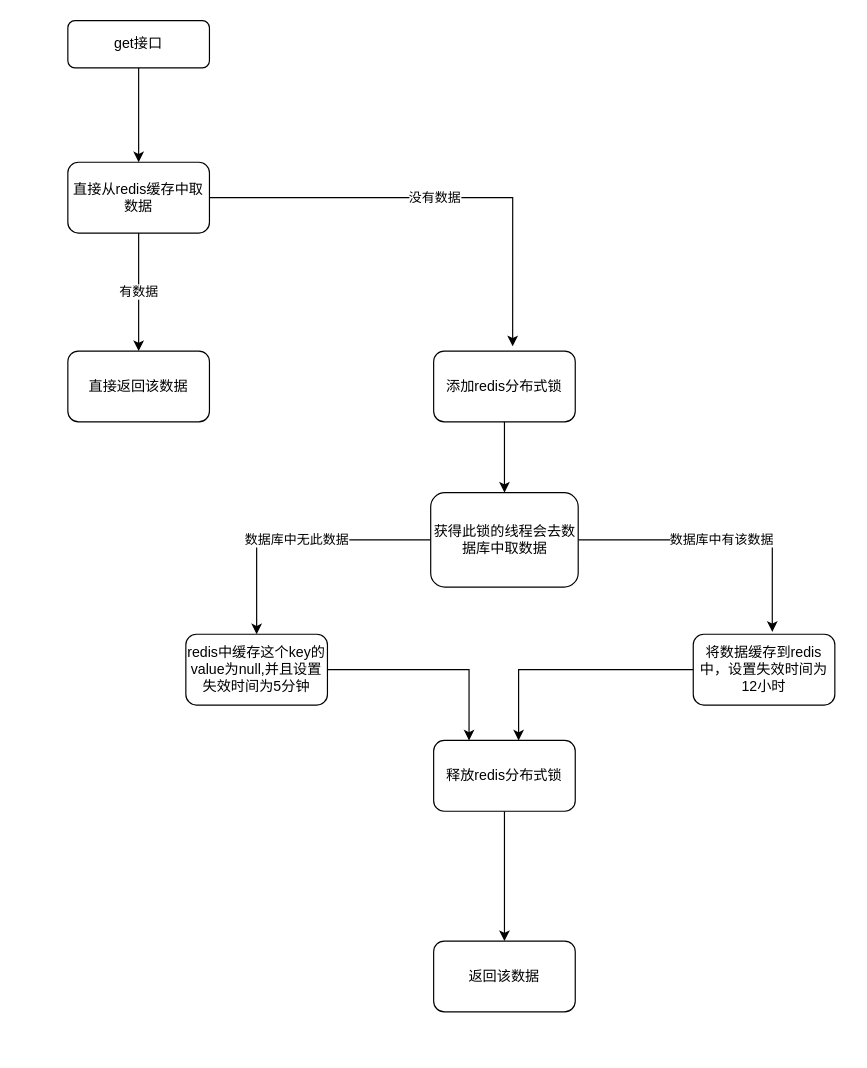
The draw.io diagram get接口.drawio in 1363797161/fang, before the edit. Source tidied: cells renumbered, new cells numbered last; positions are measured from the earlier drawing's top-left corner, leaving out a move shared by most shapes. Both pictures are drawn from the tidied source at 118%, with x=0, y=0 at pixel (67, 20).
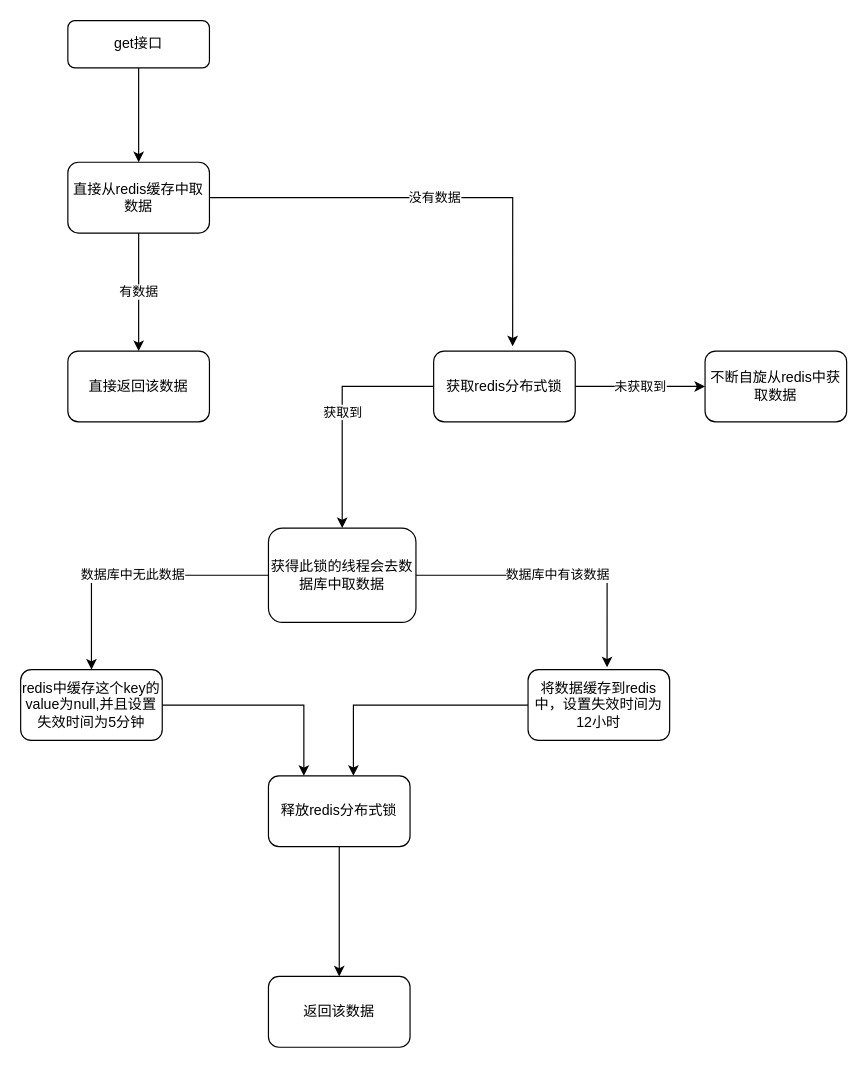
After the change.

Change to the diagram source:
```diff
@@
-    <mxCell id="7" style="edgeStyle=orthogonalEdgeStyle;rounded=0;jettySize=auto;html=1;" parent="1" edge="1" source="8" target="12">
+    <mxCell id="7" value="获取到" style="edgeStyle=orthogonalEdgeStyle;rounded=0;jettySize=auto;html=1;" parent="1" edge="1" source="8" target="12">
       <mxGeometry relative="1" as="geometry" />
     </mxCell>
+    <mxCell id="20" value="未获取到" style="edgeStyle=orthogonalEdgeStyle;rounded=0;jettySize=auto;html=1;exitX=1;exitY=0.5;exitDx=0;exitDy=0;entryX=0;entryY=0.5;entryDx=0;entryDy=0;" parent="1" edge="1" source="8" target="21">
+      <mxGeometry relative="1" as="geometry" />
+    </mxCell>
-    <mxCell id="8" value="添加redis分布式锁" style="rounded=1;whiteSpace=wrap;html=1;" parent="1" vertex="1">
+    <mxCell id="8" value="获取redis分布式锁" style="rounded=1;whiteSpace=wrap;html=1;" parent="1" vertex="1">
       <mxGeometry x="310" y="280" width="120" height="60" as="geometry" />
     </mxCell>
@@
     <mxCell id="12" value="&lt;span&gt;获得此锁的线程会去数据库中取数据&lt;/span&gt;" style="rounded=1;whiteSpace=wrap;html=1;" parent="1" vertex="1">
-      <mxGeometry x="307.5" y="400" width="125" height="80" as="geometry" />
+      <mxGeometry x="170" y="430" width="125" height="80" as="geometry" />
     </mxCell>
@@
     <mxCell id="14" value="释放redis分布式锁" style="rounded=1;whiteSpace=wrap;html=1;" parent="1" vertex="1">
-      <mxGeometry x="310" y="610" width="120" height="60" as="geometry" />
+      <mxGeometry x="170" y="640" width="120" height="60" as="geometry" />
     </mxCell>
     <mxCell id="15" value="返回该数据" style="rounded=1;whiteSpace=wrap;html=1;" parent="1" vertex="1">
-      <mxGeometry x="310" y="780" width="120" height="60" as="geometry" />
+      <mxGeometry x="170" y="810" width="120" height="60" as="geometry" />
     </mxCell>
@@
     <mxCell id="17" value="&lt;span&gt;将数据缓存到&lt;span lang=&quot;EN-US&quot;&gt;redis&lt;/span&gt;中，设置失效时间为12小时&lt;/span&gt;" style="rounded=1;whiteSpace=wrap;html=1;" parent="1" vertex="1">
-      <mxGeometry x="530" y="520" width="120" height="60" as="geometry" />
+      <mxGeometry x="390" y="550" width="120" height="60" as="geometry" />
     </mxCell>
@@
     <mxCell id="19" value="&lt;span lang=&quot;EN-US&quot;&gt;redis&lt;/span&gt;&lt;span&gt;中缓存这个&lt;span lang=&quot;EN-US&quot;&gt;key&lt;/span&gt;的&lt;span lang=&quot;EN-US&quot;&gt;value&lt;/span&gt;为&lt;span lang=&quot;EN-US&quot;&gt;null,&lt;/span&gt;并且设置失效时间为&lt;span lang=&quot;EN-US&quot;&gt;5&lt;/span&gt;分钟&lt;/span&gt;" style="rounded=1;whiteSpace=wrap;html=1;" parent="1" vertex="1">
-      <mxGeometry x="100" y="520" width="120" height="60" as="geometry" />
+      <mxGeometry x="-40" y="550" width="120" height="60" as="geometry" />
     </mxCell>
+    <mxCell id="21" value="不断自旋从redis中获取数据" style="rounded=1;whiteSpace=wrap;html=1;" parent="1" vertex="1">
+      <mxGeometry x="540" y="280" width="120" height="60" as="geometry" />
+    </mxCell>
```
